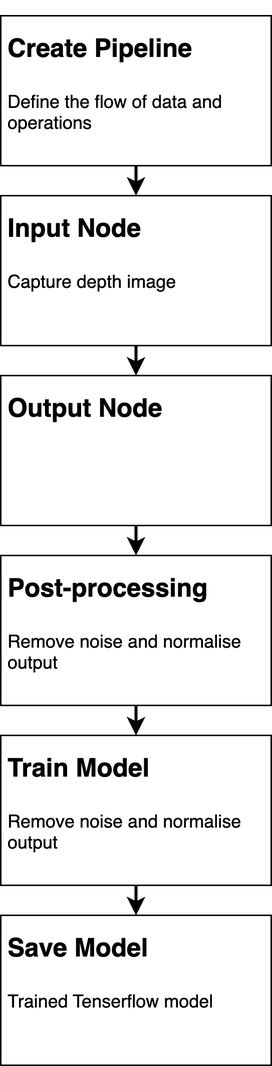
This is Assessment/Final Project/Report/src/trainingProcess.png from Lionel-Lim/casa0018, a draw.io export, as it was before one commit. Source tidied: cells renumbered, new cells last; positions are measured from the earlier drawing's top-left corner, leaving out a move shared by most shapes. The source it was exported from:
```xml
<mxGraphModel>
  <root>
    <mxCell id="0" />
    <mxCell id="1" parent="0" />
    <mxCell id="2" style="edgeStyle=orthogonalEdgeStyle;rounded=0;jumpStyle=arc;jettySize=auto;html=1;exitX=0.5;exitY=1;exitDx=0;exitDy=0;entryX=0.5;entryY=0;entryDx=0;entryDy=0;strokeWidth=2;fontSize=12;targetPerimeterSpacing=0;" parent="1" edge="1" source="3" target="5">
      <mxGeometry relative="1" as="geometry" />
    </mxCell>
    <mxCell id="3" value="&lt;h1&gt;&lt;font style=&quot;font-size: 17px;&quot;&gt;Create Pipeline&lt;/font&gt;&lt;/h1&gt;&lt;div style=&quot;&quot;&gt;&lt;font style=&quot;&quot;&gt;Define the flow of data and operations&lt;br&gt;&lt;/font&gt;&lt;/div&gt;&lt;p&gt;&lt;/p&gt;" style="text;html=1;strokeColor=default;fillColor=default;spacing=5;spacingTop=-20;whiteSpace=wrap;overflow=hidden;rounded=0;" parent="1" vertex="1">
      <mxGeometry width="180" height="100" as="geometry" />
    </mxCell>
    <mxCell id="4" style="edgeStyle=orthogonalEdgeStyle;rounded=0;jumpStyle=arc;jettySize=auto;html=1;exitX=0.5;exitY=1;exitDx=0;exitDy=0;entryX=0.5;entryY=0;entryDx=0;entryDy=0;strokeWidth=2;fontSize=12;targetPerimeterSpacing=0;" parent="1" edge="1" source="5" target="7">
      <mxGeometry relative="1" as="geometry" />
    </mxCell>
    <mxCell id="5" value="&lt;h1&gt;&lt;font style=&quot;font-size: 17px;&quot;&gt;Input Node&lt;/font&gt;&lt;/h1&gt;&lt;p&gt;Capture depth image&lt;/p&gt;" style="text;html=1;strokeColor=default;fillColor=default;spacing=5;spacingTop=-20;whiteSpace=wrap;overflow=hidden;rounded=0;" parent="1" vertex="1">
      <mxGeometry y="120" width="180" height="100" as="geometry" />
    </mxCell>
    <mxCell id="6" style="edgeStyle=orthogonalEdgeStyle;rounded=0;jumpStyle=arc;jettySize=auto;html=1;exitX=0.5;exitY=1;exitDx=0;exitDy=0;entryX=0.5;entryY=0;entryDx=0;entryDy=0;strokeWidth=2;fontSize=12;targetPerimeterSpacing=0;" parent="1" edge="1" source="7" target="9">
      <mxGeometry relative="1" as="geometry" />
    </mxCell>
    <mxCell id="7" value="&lt;h1&gt;&lt;span style=&quot;font-size: 17px;&quot;&gt;Output Node&lt;/span&gt;&lt;/h1&gt;&lt;p&gt;&lt;br&gt;&lt;/p&gt;" style="text;html=1;strokeColor=default;fillColor=default;spacing=5;spacingTop=-20;whiteSpace=wrap;overflow=hidden;rounded=0;" parent="1" vertex="1">
      <mxGeometry y="240" width="180" height="100" as="geometry" />
    </mxCell>
    <mxCell id="8" style="edgeStyle=orthogonalEdgeStyle;rounded=0;jumpStyle=arc;jettySize=auto;html=1;exitX=0.5;exitY=1;exitDx=0;exitDy=0;entryX=0.5;entryY=0;entryDx=0;entryDy=0;strokeWidth=2;fontSize=12;targetPerimeterSpacing=0;" parent="1" edge="1" source="9" target="11">
      <mxGeometry relative="1" as="geometry" />
    </mxCell>
    <mxCell id="9" value="&lt;h1&gt;&lt;font style=&quot;font-size: 17px;&quot;&gt;Post-processing&lt;/font&gt;&lt;/h1&gt;&lt;p&gt;Remove noise and normalise output&lt;/p&gt;" style="text;html=1;strokeColor=default;fillColor=default;spacing=5;spacingTop=-20;whiteSpace=wrap;overflow=hidden;rounded=0;" parent="1" vertex="1">
      <mxGeometry y="360" width="180" height="100" as="geometry" />
    </mxCell>
    <mxCell id="10" style="edgeStyle=orthogonalEdgeStyle;rounded=0;jumpStyle=arc;jettySize=auto;html=1;exitX=0.5;exitY=1;exitDx=0;exitDy=0;entryX=0.5;entryY=0;entryDx=0;entryDy=0;strokeWidth=2;fontSize=12;targetPerimeterSpacing=0;" parent="1" edge="1" source="11" target="12">
      <mxGeometry relative="1" as="geometry" />
    </mxCell>
    <mxCell id="11" value="&lt;h1&gt;&lt;font style=&quot;font-size: 17px;&quot;&gt;Train Model&lt;/font&gt;&lt;/h1&gt;&lt;p&gt;Remove noise and normalise output&lt;/p&gt;" style="text;html=1;strokeColor=default;fillColor=default;spacing=5;spacingTop=-20;whiteSpace=wrap;overflow=hidden;rounded=0;" parent="1" vertex="1">
      <mxGeometry y="480" width="180" height="100" as="geometry" />
    </mxCell>
    <mxCell id="12" value="&lt;h1&gt;&lt;font style=&quot;font-size: 17px;&quot;&gt;Save Model&lt;/font&gt;&lt;/h1&gt;&lt;p&gt;Trained Tenserflow model&lt;/p&gt;" style="text;html=1;strokeColor=default;fillColor=default;spacing=5;spacingTop=-20;whiteSpace=wrap;overflow=hidden;rounded=0;" parent="1" vertex="1">
      <mxGeometry y="600" width="180" height="100" as="geometry" />
    </mxCell>
  </root>
</mxGraphModel>
```
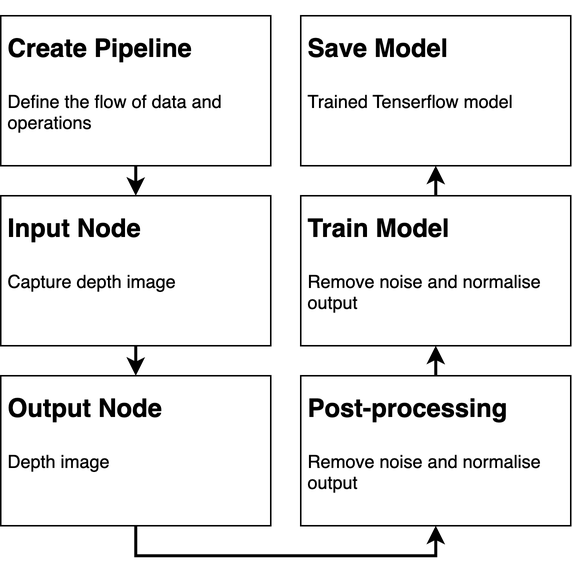
The same diagram one commit later.

Commit message:
update training process layout

What changed in the source:
```diff
@@ -14,26 +14,36 @@
     <mxCell id="5" value="&lt;h1&gt;&lt;font style=&quot;font-size: 17px;&quot;&gt;Input Node&lt;/font&gt;&lt;/h1&gt;&lt;p&gt;Capture depth image&lt;/p&gt;" style="text;html=1;strokeColor=default;fillColor=default;spacing=5;spacingTop=-20;whiteSpace=wrap;overflow=hidden;rounded=0;" parent="1" vertex="1">
       <mxGeometry y="120" width="180" height="100" as="geometry" />
     </mxCell>
-    <mxCell id="6" style="edgeStyle=orthogonalEdgeStyle;rounded=0;jumpStyle=arc;jettySize=auto;html=1;exitX=0.5;exitY=1;exitDx=0;exitDy=0;entryX=0.5;entryY=0;entryDx=0;entryDy=0;strokeWidth=2;fontSize=12;targetPerimeterSpacing=0;" parent="1" edge="1" source="7" target="9">
-      <mxGeometry relative="1" as="geometry" />
+    <mxCell id="6" style="edgeStyle=orthogonalEdgeStyle;rounded=0;jumpStyle=arc;jettySize=auto;html=1;exitX=0.5;exitY=1;exitDx=0;exitDy=0;entryX=0.5;entryY=1;entryDx=0;entryDy=0;strokeWidth=2;fontSize=12;targetPerimeterSpacing=0;" parent="1" edge="1" source="7" target="9">
+      <mxGeometry relative="1" as="geometry">
+        <Array as="points">
+          <mxPoint x="90" y="360" />
+          <mxPoint x="290" y="360" />
+        </Array>
+      </mxGeometry>
     </mxCell>
-    <mxCell id="7" value="&lt;h1&gt;&lt;span style=&quot;font-size: 17px;&quot;&gt;Output Node&lt;/span&gt;&lt;/h1&gt;&lt;p&gt;&lt;br&gt;&lt;/p&gt;" style="text;html=1;strokeColor=default;fillColor=default;spacing=5;spacingTop=-20;whiteSpace=wrap;overflow=hidden;rounded=0;" parent="1" vertex="1">
+    <mxCell id="7" value="&lt;h1&gt;&lt;span style=&quot;font-size: 17px;&quot;&gt;Output Node&lt;/span&gt;&lt;/h1&gt;&lt;p&gt;Depth image&lt;/p&gt;" style="text;html=1;strokeColor=default;fillColor=default;spacing=5;spacingTop=-20;whiteSpace=wrap;overflow=hidden;rounded=0;" parent="1" vertex="1">
       <mxGeometry y="240" width="180" height="100" as="geometry" />
     </mxCell>
-    <mxCell id="8" style="edgeStyle=orthogonalEdgeStyle;rounded=0;jumpStyle=arc;jettySize=auto;html=1;exitX=0.5;exitY=1;exitDx=0;exitDy=0;entryX=0.5;entryY=0;entryDx=0;entryDy=0;strokeWidth=2;fontSize=12;targetPerimeterSpacing=0;" parent="1" edge="1" source="9" target="11">
-      <mxGeometry relative="1" as="geometry" />
+    <mxCell id="8" style="edgeStyle=orthogonalEdgeStyle;rounded=0;jumpStyle=arc;jettySize=auto;html=1;exitX=0.5;exitY=0;exitDx=0;exitDy=0;entryX=0.5;entryY=1;entryDx=0;entryDy=0;strokeWidth=2;fontSize=12;targetPerimeterSpacing=0;" parent="1" edge="1" source="9" target="11">
+      <mxGeometry relative="1" as="geometry">
+        <Array as="points">
+          <mxPoint x="290" y="340" />
+          <mxPoint x="290" y="340" />
+        </Array>
+      </mxGeometry>
     </mxCell>
     <mxCell id="9" value="&lt;h1&gt;&lt;font style=&quot;font-size: 17px;&quot;&gt;Post-processing&lt;/font&gt;&lt;/h1&gt;&lt;p&gt;Remove noise and normalise output&lt;/p&gt;" style="text;html=1;strokeColor=default;fillColor=default;spacing=5;spacingTop=-20;whiteSpace=wrap;overflow=hidden;rounded=0;" parent="1" vertex="1">
-      <mxGeometry y="360" width="180" height="100" as="geometry" />
+      <mxGeometry x="200" y="240" width="180" height="100" as="geometry" />
     </mxCell>
-    <mxCell id="10" style="edgeStyle=orthogonalEdgeStyle;rounded=0;jumpStyle=arc;jettySize=auto;html=1;exitX=0.5;exitY=1;exitDx=0;exitDy=0;entryX=0.5;entryY=0;entryDx=0;entryDy=0;strokeWidth=2;fontSize=12;targetPerimeterSpacing=0;" parent="1" edge="1" source="11" target="12">
+    <mxCell id="10" style="edgeStyle=orthogonalEdgeStyle;rounded=0;jumpStyle=arc;jettySize=auto;html=1;exitX=0.5;exitY=0;exitDx=0;exitDy=0;entryX=0.5;entryY=1;entryDx=0;entryDy=0;strokeWidth=2;fontSize=12;targetPerimeterSpacing=0;" parent="1" edge="1" source="11" target="12">
       <mxGeometry relative="1" as="geometry" />
     </mxCell>
     <mxCell id="11" value="&lt;h1&gt;&lt;font style=&quot;font-size: 17px;&quot;&gt;Train Model&lt;/font&gt;&lt;/h1&gt;&lt;p&gt;Remove noise and normalise output&lt;/p&gt;" style="text;html=1;strokeColor=default;fillColor=default;spacing=5;spacingTop=-20;whiteSpace=wrap;overflow=hidden;rounded=0;" parent="1" vertex="1">
-      <mxGeometry y="480" width="180" height="100" as="geometry" />
+      <mxGeometry x="200" y="120" width="180" height="100" as="geometry" />
     </mxCell>
     <mxCell id="12" value="&lt;h1&gt;&lt;font style=&quot;font-size: 17px;&quot;&gt;Save Model&lt;/font&gt;&lt;/h1&gt;&lt;p&gt;Trained Tenserflow model&lt;/p&gt;" style="text;html=1;strokeColor=default;fillColor=default;spacing=5;spacingTop=-20;whiteSpace=wrap;overflow=hidden;rounded=0;" parent="1" vertex="1">
-      <mxGeometry y="600" width="180" height="100" as="geometry" />
+      <mxGeometry x="200" width="180" height="100" as="geometry" />
     </mxCell>
   </root>
 </mxGraphModel>
```
